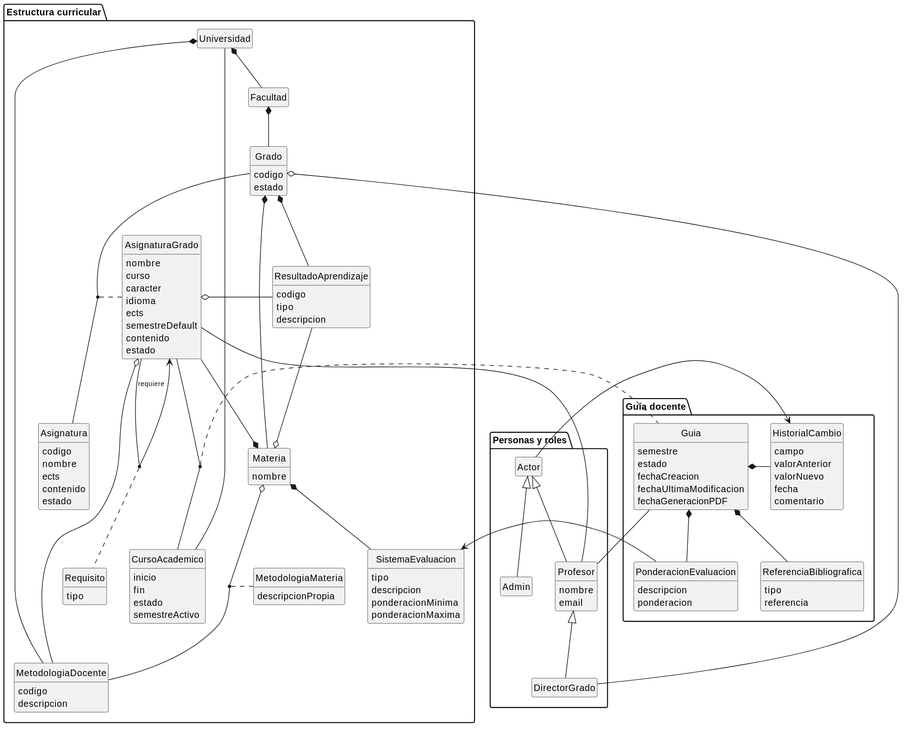
mmasias/pyCeldaPublico keeps this PlantUML diagram as images/RUP/00-modelo-del-dominio/modeloDominio.svg. Above is the earlier version. Source of this version:
```plantuml
@startuml
hide empty members
hide circle

package "Estructura curricular" {
  class Universidad
  class Facultad
  class Grado {
    codigo
    estado
  }
  class Materia {
    nombre
  }
  class SistemaEvaluacion {
    tipo
    descripcion
    ponderacionMinima
    ponderacionMaxima
  }
  class MetodologiaDocente {
    codigo
    descripcion
  }
  class MetodologiaMateria {
    descripcionPropia
  }
  class Asignatura {
    codigo
    nombre
    ects
    contenido
    estado
  }
  class AsignaturaGrado {
    nombre
    curso
    caracter
    idioma
    ects
    semestreDefault
    contenido
    estado
  }

  class ResultadoAprendizaje {
    codigo
    tipo
    descripcion
  }

  class Requisito {
    tipo
  }
  class CursoAcademico {
    inicio
    fin
    estado
    semestreActivo
  }
  Universidad *-d- Facultad
  Facultad *-d- Grado
  Grado *-- Materia
  Materia *-- AsignaturaGrado
  Materia *-- SistemaEvaluacion
  Materia o-- MetodologiaDocente
  (Materia, MetodologiaDocente) .. MetodologiaMateria
  Universidad *-- MetodologiaDocente
  (Grado, Asignatura) .. AsignaturaGrado
  Grado *-d- ResultadoAprendizaje
  Materia o-u- ResultadoAprendizaje
  AsignaturaGrado o- ResultadoAprendizaje
  AsignaturaGrado o-r- MetodologiaDocente
  AsignaturaGrado --> AsignaturaGrado : <sub>requiere</sub>
  AsignaturaGrado -[hidden]r- Requisito
  (AsignaturaGrado, AsignaturaGrado) .. Requisito
  Universidad -- CursoAcademico
}

package "Guía docente" {
  class Guia {
    semestre
    estado
    fechaCreacion
    fechaUltimaModificacion
    fechaGeneracionPDF
  }
  class HistorialCambio {
    campo
    valorAnterior
    valorNuevo
    fecha
    comentario
  }

  class PonderacionEvaluacion {
    descripcion
    ponderacion
  }

  (AsignaturaGrado, CursoAcademico) .. Guia
  Guia *- HistorialCambio
  Guia *-d- PonderacionEvaluacion
  PonderacionEvaluacion -> SistemaEvaluacion

  class ReferenciaBibliografica {
    tipo
    referencia
  }

  Guia *-- ReferenciaBibliografica
}

package "Personas y roles" {
  class Actor
  class Profesor {
    nombre
    email
  }
  class Admin
  class DirectorGrado

  Profesor -u-|> Actor
  Admin -u-|> Actor
  DirectorGrado -u-|> Profesor
  Actor -> HistorialCambio
  AsignaturaGrado - Profesor
  Grado o- DirectorGrado
}

Guia -- Profesor
@enduml
```
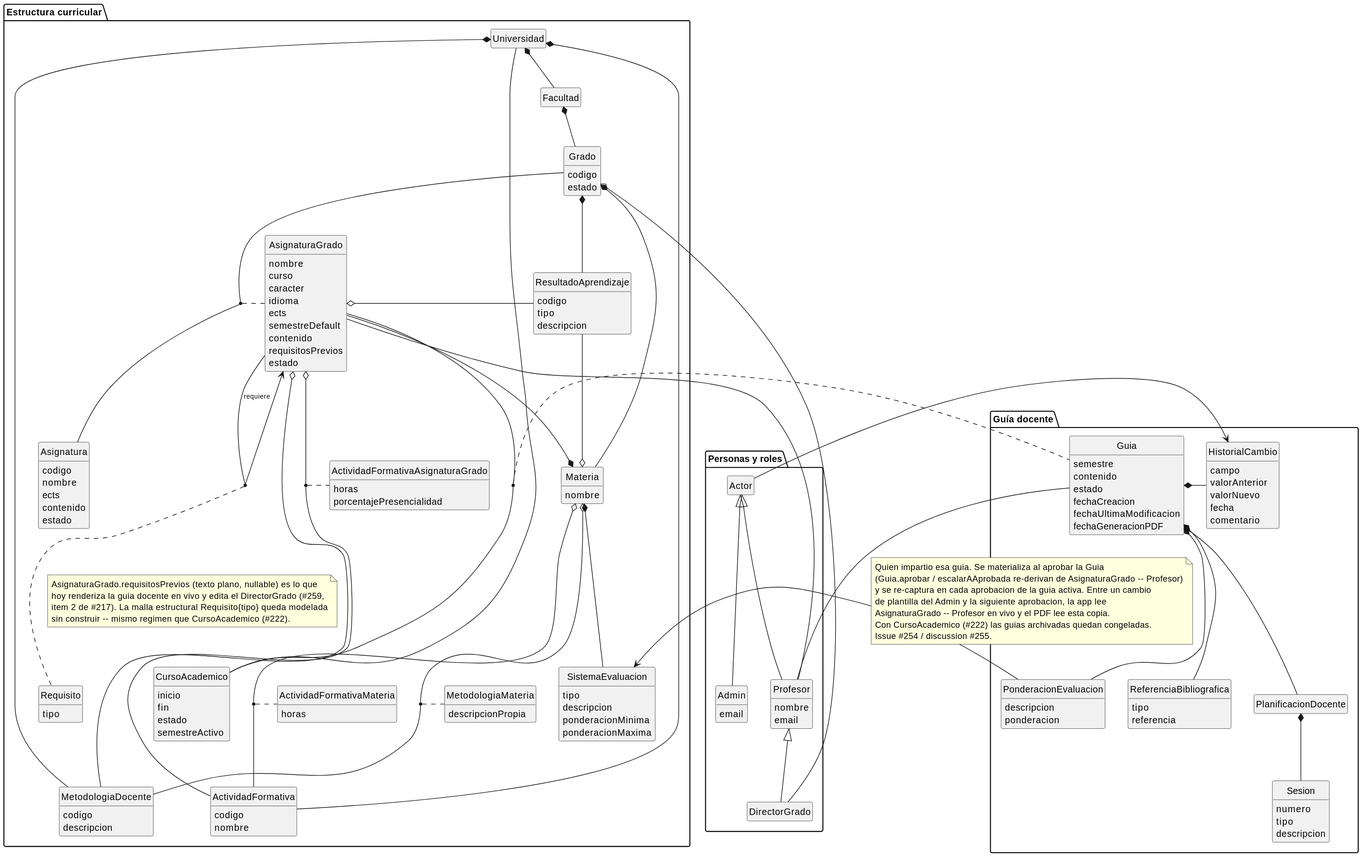
The same diagram one commit later.

The edit, as a diff of the source:
```diff
@@ -25,6 +25,17 @@
   class MetodologiaMateria {
     descripcionPropia
   }
+  class ActividadFormativa {
+    codigo
+    nombre
+  }
+  class ActividadFormativaMateria {
+    horas
+  }
+  class ActividadFormativaAsignaturaGrado {
+    horas
+    porcentajePresencialidad
+  }
   class Asignatura {
     codigo
     nombre
@@ -40,6 +51,7 @@
     ects
     semestreDefault
     contenido
+    requisitosPrevios
     estado
   }
 
@@ -66,6 +78,11 @@
   Materia o-- MetodologiaDocente
   (Materia, MetodologiaDocente) .. MetodologiaMateria
   Universidad *-- MetodologiaDocente
+  Universidad *-- ActividadFormativa
+  Materia o-- ActividadFormativa
+  (Materia, ActividadFormativa) .. ActividadFormativaMateria
+  AsignaturaGrado o-- ActividadFormativa
+  (AsignaturaGrado, ActividadFormativa) .. ActividadFormativaAsignaturaGrado
   (Grado, Asignatura) .. AsignaturaGrado
   Grado *-d- ResultadoAprendizaje
   Materia o-u- ResultadoAprendizaje
@@ -74,12 +91,19 @@
   AsignaturaGrado --> AsignaturaGrado : <sub>requiere</sub>
   AsignaturaGrado -[hidden]r- Requisito
   (AsignaturaGrado, AsignaturaGrado) .. Requisito
+  note on link
+    AsignaturaGrado.requisitosPrevios (texto plano, nullable) es lo que
+    hoy renderiza la guia docente en vivo y edita el DirectorGrado (#259,
+    item 2 de #217). La malla estructural Requisito{tipo} queda modelada
+    sin construir -- mismo regimen que CursoAcademico (#222).
+  end note
   Universidad -- CursoAcademico
 }
 
 package "Guía docente" {
   class Guia {
     semestre
+    contenido
     estado
     fechaCreacion
     fechaUltimaModificacion
@@ -109,6 +133,16 @@
   }
 
   Guia *-- ReferenciaBibliografica
+
+  class PlanificacionDocente
+  class Sesion {
+    numero
+    tipo
+    descripcion
+  }
+
+  Guia *-- PlanificacionDocente
+  PlanificacionDocente *-- Sesion
 }
 
 package "Personas y roles" {
@@ -117,7 +151,9 @@
     nombre
     email
   }
-  class Admin
+  class Admin {
+    email
+  }
   class DirectorGrado
 
   Profesor -u-|> Actor
@@ -129,4 +165,13 @@
 }
 
 Guia -- Profesor
+note on link
+  Quien impartio esa guia. Se materializa al aprobar la Guia
+  (Guia.aprobar / escalarAAprobada re-derivan de AsignaturaGrado -- Profesor)
+  y se re-captura en cada aprobacion de la guia activa. Entre un cambio
+  de plantilla del Admin y la siguiente aprobacion, la app lee
+  AsignaturaGrado -- Profesor en vivo y el PDF lee esta copia.
+  Con CursoAcademico (#222) las guias archivadas quedan congeladas.
+  Issue #254 / discussion #255.
+end note
 @enduml
```
